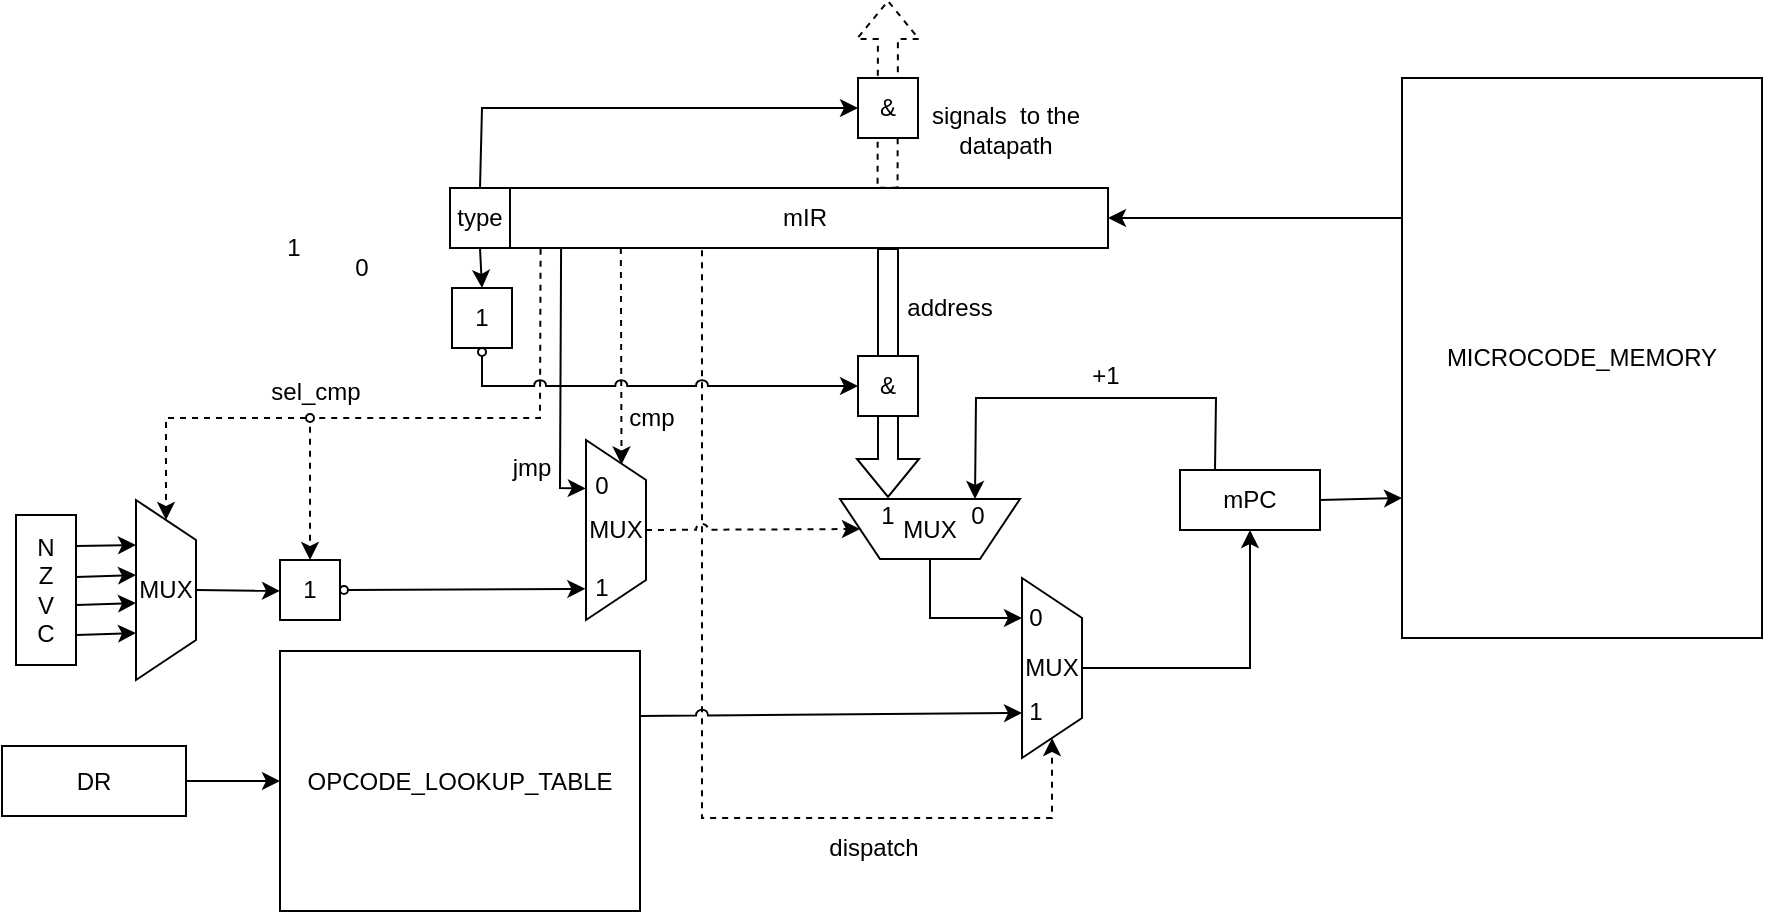
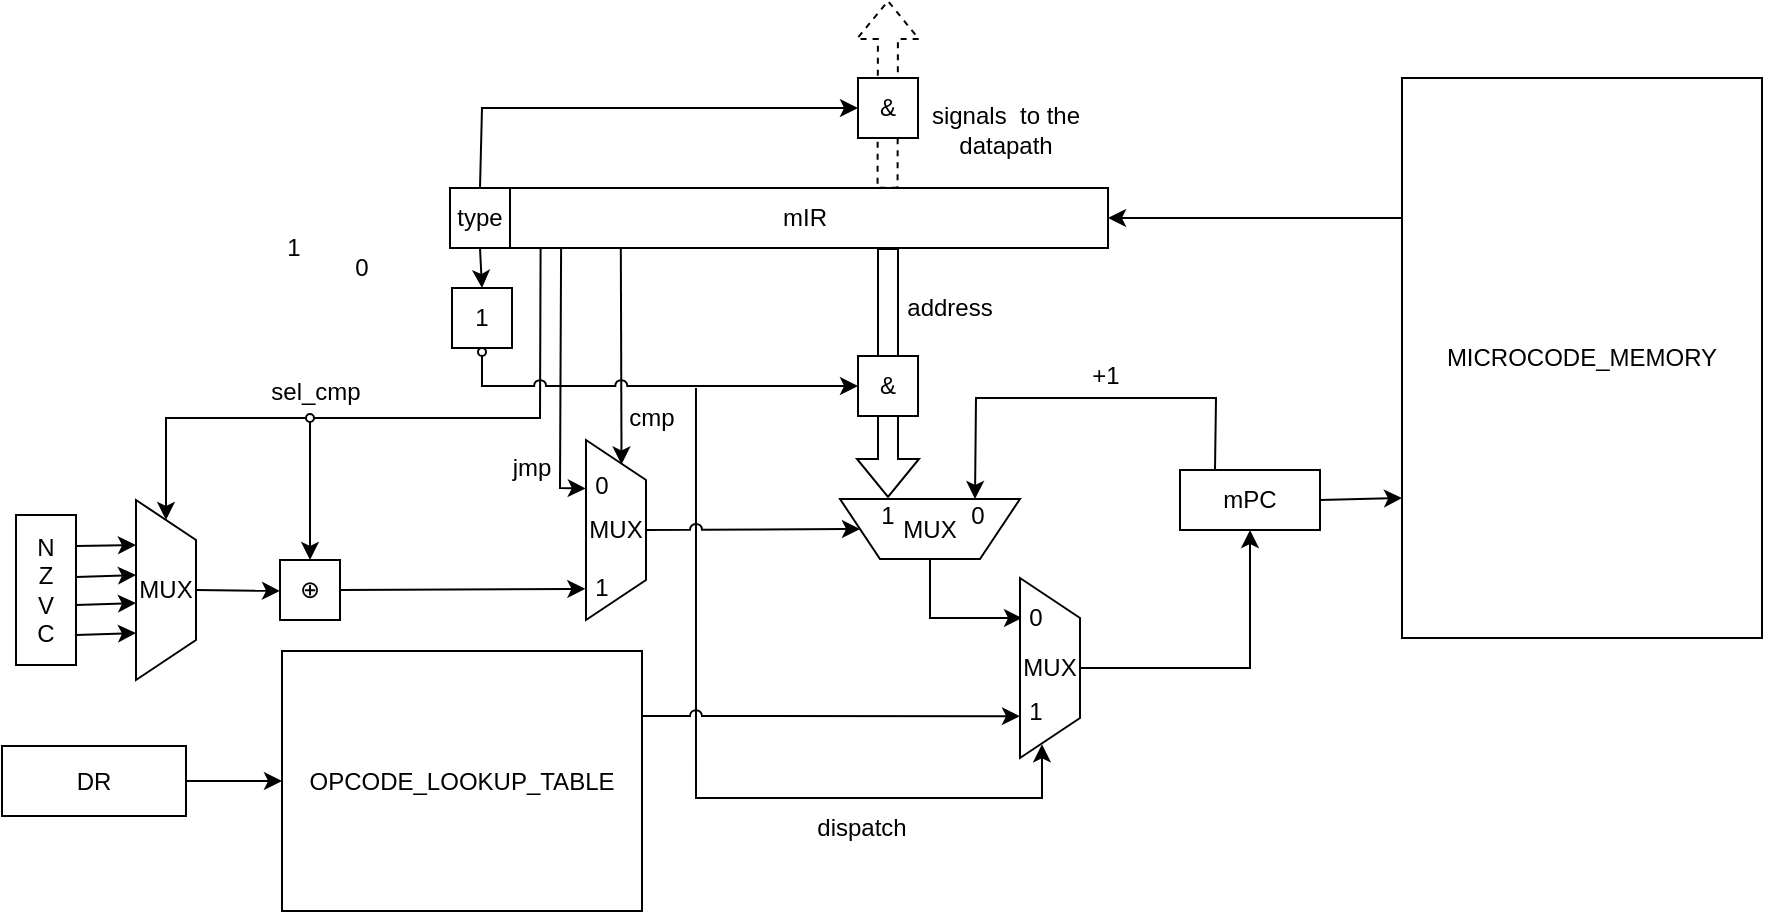
- <mxfile host="app.diagrams.net" agent="Mozilla/5.0 (X11; Linux x86_64) AppleWebKit/537.36 (KHTML, like Gecko) Chrome/136.0.0.0 Safari/537.36">
+ <mxfile host="Electron" agent="Mozilla/5.0 (X11; Linux x86_64) AppleWebKit/537.36 (KHTML, like Gecko) Chrome/136.0.0.0 Safari/537.36">
  <diagram name="Страница — 1" id="IUHHUsOvhiQDS1XtrzDv">
-     <mxGraphModel dx="1911" dy="1907" grid="1" gridSize="10" guides="1" tooltips="1" connect="1" arrows="1" fold="1" page="1" pageScale="1" pageWidth="827" pageHeight="1169" math="0" shadow="0">
+     <mxGraphModel dx="1941" dy="1838" grid="1" gridSize="10" guides="1" tooltips="1" connect="1" arrows="1" fold="1" page="1" pageScale="1" pageWidth="827" pageHeight="1169" math="0" shadow="0">
      <root>
        <mxCell id="0" />
        <mxCell id="1" parent="0" />
-         <mxCell id="UMDEijwKjBP0KrCOsV-c-75" edge="1" parent="1" source="UMDEijwKjBP0KrCOsV-c-3" style="endArrow=classic;html=1;rounded=0;exitX=0.33;exitY=1.036;exitDx=0;exitDy=0;exitPerimeter=0;dashed=1;entryX=1;entryY=0.5;entryDx=0;entryDy=0;" target="UMDEijwKjBP0KrCOsV-c-77" value="">
-           <mxGeometry height="50" relative="1" width="50" as="geometry">
-             <Array as="points">
-               <mxPoint x="150" y="-700" />
-               <mxPoint x="325" y="-700" />
-             </Array>
-             <mxPoint x="100" y="-860" as="sourcePoint" />
-             <mxPoint x="150" y="-790" as="targetPoint" />
-           </mxGeometry>
-         </mxCell>
-         <mxCell id="UMDEijwKjBP0KrCOsV-c-66" edge="1" parent="1" style="endArrow=classic;html=1;rounded=0;exitX=0.091;exitY=1.013;exitDx=0;exitDy=0;exitPerimeter=0;entryX=0.5;entryY=0;entryDx=0;entryDy=0;dashed=1;" target="UMDEijwKjBP0KrCOsV-c-55" value="">
+         <mxCell id="UMDEijwKjBP0KrCOsV-c-75" edge="1" parent="1" style="endArrow=classic;html=1;rounded=0;exitX=0.33;exitY=1.036;exitDx=0;exitDy=0;exitPerimeter=0;entryX=0.649;entryY=1.038;entryDx=0;entryDy=0;entryPerimeter=0;" target="UMDEijwKjBP0KrCOsV-c-89" value="">
+           <mxGeometry height="50" relative="1" width="50" as="geometry">
+             <Array as="points">
+               <mxPoint x="147" y="-710" />
+               <mxPoint x="320" y="-710" />
+             </Array>
+             <mxPoint x="146.98329999999987" y="-915" as="sourcePoint" />
+             <mxPoint x="322.0000000000002" y="-671.08" as="targetPoint" />
+           </mxGeometry>
+         </mxCell>
+         <mxCell id="UMDEijwKjBP0KrCOsV-c-66" edge="1" parent="1" style="endArrow=classic;html=1;rounded=0;exitX=0.091;exitY=1.013;exitDx=0;exitDy=0;exitPerimeter=0;entryX=0.5;entryY=0;entryDx=0;entryDy=0;movable=1;resizable=1;rotatable=1;deletable=1;editable=1;locked=0;connectable=1;" target="UMDEijwKjBP0KrCOsV-c-55" value="">
          <mxGeometry height="50" relative="1" width="50" as="geometry">
            <Array as="points">
              <mxPoint x="69" y="-900" />
              <mxPoint x="-46" y="-900" />
            </Array>
            <mxPoint x="69.29390999999987" y="-984.61" as="sourcePoint" />
            <mxPoint x="119" y="-910" as="targetPoint" />
          </mxGeometry>
        </mxCell>
-         <mxCell id="UMDEijwKjBP0KrCOsV-c-38" edge="1" parent="1" style="endArrow=classic;html=1;rounded=0;exitX=0.105;exitY=0.998;exitDx=0;exitDy=0;exitPerimeter=0;entryX=0.136;entryY=0.408;entryDx=0;entryDy=0;entryPerimeter=0;dashed=1;" target="UMDEijwKjBP0KrCOsV-c-52" value="">
+         <mxCell id="UMDEijwKjBP0KrCOsV-c-38" edge="1" parent="1" style="endArrow=classic;html=1;rounded=0;exitX=0.105;exitY=0.998;exitDx=0;exitDy=0;exitPerimeter=0;entryX=0.136;entryY=0.408;entryDx=0;entryDy=0;entryPerimeter=0;" target="UMDEijwKjBP0KrCOsV-c-52" value="">
          <mxGeometry height="50" relative="1" width="50" as="geometry">
            <mxPoint x="109.41604999999981" y="-985.06" as="sourcePoint" />
            <mxPoint x="109" y="-890" as="targetPoint" />
          </mxGeometry>
        </mxCell>
        <mxCell id="UMDEijwKjBP0KrCOsV-c-1" parent="1" style="whiteSpace=wrap;html=1;" value="mPC" vertex="1">
          <mxGeometry height="30" width="70" x="389" y="-874" as="geometry" />
        </mxCell>
        <mxCell id="UMDEijwKjBP0KrCOsV-c-2" parent="1" style="rounded=0;whiteSpace=wrap;html=1;" value="MICROCODE_MEMORY" vertex="1">
          <mxGeometry height="280" width="180" x="500" y="-1070" as="geometry" />
        </mxCell>
        <mxCell id="UMDEijwKjBP0KrCOsV-c-3" parent="1" style="whiteSpace=wrap;html=1;" value="mIR" vertex="1">
          <mxGeometry height="30" width="303.01" x="50" y="-1015" as="geometry" />
        </mxCell>
        <mxCell id="UMDEijwKjBP0KrCOsV-c-4" edge="1" parent="1" source="UMDEijwKjBP0KrCOsV-c-2" style="endArrow=classic;html=1;rounded=0;exitX=0;exitY=0.25;exitDx=0;exitDy=0;entryX=1;entryY=0.5;entryDx=0;entryDy=0;" target="UMDEijwKjBP0KrCOsV-c-3" value="">
          <mxGeometry height="50" relative="1" width="50" as="geometry">
            <mxPoint x="410" y="-950" as="sourcePoint" />
            <mxPoint x="460" y="-1000" as="targetPoint" />
          </mxGeometry>
        </mxCell>
        <mxCell id="UMDEijwKjBP0KrCOsV-c-5" edge="1" parent="1" source="UMDEijwKjBP0KrCOsV-c-1" style="endArrow=classic;html=1;rounded=0;exitX=1;exitY=0.5;exitDx=0;exitDy=0;entryX=0;entryY=0.75;entryDx=0;entryDy=0;" target="UMDEijwKjBP0KrCOsV-c-2" value="">
          <mxGeometry height="50" relative="1" width="50" as="geometry">
            <mxPoint x="350" y="-840" as="sourcePoint" />
            <mxPoint x="400" y="-890" as="targetPoint" />
          </mxGeometry>
        </mxCell>
        <mxCell id="UMDEijwKjBP0KrCOsV-c-7" edge="1" parent="1" style="shape=flexArrow;endArrow=classic;html=1;rounded=0;exitX=0.842;exitY=0.011;exitDx=0;exitDy=0;dashed=1;exitPerimeter=0;" value="">
          <mxGeometry height="50" relative="1" width="50" as="geometry">
            <mxPoint x="242.7744200000002" y="-1014.6700000000001" as="sourcePoint" />
            <mxPoint x="243" y="-1109" as="targetPoint" />
          </mxGeometry>
        </mxCell>
        <mxCell id="UMDEijwKjBP0KrCOsV-c-8" parent="1" style="text;html=1;whiteSpace=wrap;strokeColor=none;fillColor=none;align=center;verticalAlign=middle;rounded=0;" value="signals&amp;nbsp; to the datapath" vertex="1">
          <mxGeometry height="30" width="106" x="249" y="-1059" as="geometry" />
        </mxCell>
        <mxCell id="UMDEijwKjBP0KrCOsV-c-21" parent="1" style="whiteSpace=wrap;html=1;" value="type" vertex="1">
          <mxGeometry height="30" width="30" x="24" y="-1015" as="geometry" />
        </mxCell>
        <mxCell id="UMDEijwKjBP0KrCOsV-c-22" edge="1" parent="1" source="UMDEijwKjBP0KrCOsV-c-21" style="endArrow=classic;html=1;rounded=0;exitX=0.5;exitY=1;exitDx=0;exitDy=0;entryX=0.5;entryY=0;entryDx=0;entryDy=0;" target="UMDEijwKjBP0KrCOsV-c-28" value="">
          <mxGeometry height="50" relative="1" width="50" as="geometry">
            <mxPoint x="-42" y="-985" as="sourcePoint" />
            <mxPoint x="40" y="-950" as="targetPoint" />
          </mxGeometry>
        </mxCell>
        <mxCell id="UMDEijwKjBP0KrCOsV-c-24" parent="1" style="whiteSpace=wrap;html=1;" value="&amp;amp;" vertex="1">
          <mxGeometry height="30" width="30" x="228" y="-1070" as="geometry" />
        </mxCell>
        <mxCell id="UMDEijwKjBP0KrCOsV-c-25" edge="1" parent="1" source="UMDEijwKjBP0KrCOsV-c-21" style="endArrow=classic;html=1;rounded=0;exitX=0.5;exitY=0;exitDx=0;exitDy=0;entryX=0;entryY=0.5;entryDx=0;entryDy=0;" target="UMDEijwKjBP0KrCOsV-c-24" value="">
          <mxGeometry height="50" relative="1" width="50" as="geometry">
            <Array as="points">
              <mxPoint x="40" y="-1055" />
            </Array>
            <mxPoint x="260" y="-1030" as="sourcePoint" />
            <mxPoint x="260" y="-985" as="targetPoint" />
          </mxGeometry>
        </mxCell>
        <mxCell id="UMDEijwKjBP0KrCOsV-c-30" connectable="0" parent="1" style="group" value="" vertex="1">
          <mxGeometry height="34" width="30" x="25" y="-965" as="geometry" />
        </mxCell>
        <mxCell id="UMDEijwKjBP0KrCOsV-c-28" parent="UMDEijwKjBP0KrCOsV-c-30" style="whiteSpace=wrap;html=1;" value="1" vertex="1">
          <mxGeometry height="30" width="30" as="geometry" />
        </mxCell>
        <mxCell id="UMDEijwKjBP0KrCOsV-c-29" parent="UMDEijwKjBP0KrCOsV-c-30" style="ellipse;whiteSpace=wrap;html=1;aspect=fixed;fillColor=none;" value="" vertex="1">
          <mxGeometry height="4" width="4" x="13" y="30" as="geometry" />
        </mxCell>
        <mxCell id="UMDEijwKjBP0KrCOsV-c-32" parent="1" style="rounded=0;whiteSpace=wrap;html=1;direction=south;" value="N&lt;br&gt;Z&lt;br&gt;V&lt;br&gt;C" vertex="1">
          <mxGeometry height="75" width="30" x="-193" y="-851.5" as="geometry" />
        </mxCell>
        <mxCell id="UMDEijwKjBP0KrCOsV-c-34" edge="1" parent="1" source="UMDEijwKjBP0KrCOsV-c-29" style="endArrow=classic;html=1;rounded=0;entryX=0;entryY=0.5;entryDx=0;entryDy=0;exitX=0.5;exitY=1;exitDx=0;exitDy=0;jumpStyle=arc;" target="UMDEijwKjBP0KrCOsV-c-26" value="">
          <mxGeometry height="50" relative="1" width="50" as="geometry">
            <Array as="points">
              <mxPoint x="40" y="-916" />
            </Array>
            <mxPoint x="250" y="-860" as="sourcePoint" />
            <mxPoint x="300" y="-910" as="targetPoint" />
          </mxGeometry>
        </mxCell>
        <mxCell id="UMDEijwKjBP0KrCOsV-c-35" edge="1" parent="1" style="shape=flexArrow;endArrow=classic;html=1;rounded=0;" value="">
          <mxGeometry height="50" relative="1" width="50" as="geometry">
            <mxPoint x="243" y="-985" as="sourcePoint" />
            <mxPoint x="243" y="-860" as="targetPoint" />
          </mxGeometry>
        </mxCell>
        <mxCell id="UMDEijwKjBP0KrCOsV-c-26" parent="1" style="whiteSpace=wrap;html=1;" value="&amp;amp;" vertex="1">
          <mxGeometry height="30" width="30" x="228.01" y="-931" as="geometry" />
        </mxCell>
        <mxCell id="UMDEijwKjBP0KrCOsV-c-40" parent="1" style="shape=trapezoid;perimeter=trapezoidPerimeter;whiteSpace=wrap;html=1;fixedSize=1;direction=east;rotation=90;horizontal=0;" value="MUX" vertex="1">
          <mxGeometry height="30" width="90" x="-163" y="-829" as="geometry" />
        </mxCell>
        <mxCell id="UMDEijwKjBP0KrCOsV-c-41" edge="1" parent="1" source="UMDEijwKjBP0KrCOsV-c-32" style="endArrow=classic;html=1;rounded=0;exitX=0.207;exitY=-0.001;exitDx=0;exitDy=0;exitPerimeter=0;entryX=0.25;entryY=1;entryDx=0;entryDy=0;" target="UMDEijwKjBP0KrCOsV-c-40" value="">
          <mxGeometry height="50" relative="1" width="50" as="geometry">
            <mxPoint x="-23" y="-701.5" as="sourcePoint" />
            <mxPoint x="27" y="-751.5" as="targetPoint" />
          </mxGeometry>
        </mxCell>
        <mxCell id="UMDEijwKjBP0KrCOsV-c-42" edge="1" parent="1" style="endArrow=classic;html=1;rounded=0;exitX=0.207;exitY=-0.001;exitDx=0;exitDy=0;exitPerimeter=0;entryX=0.25;entryY=1;entryDx=0;entryDy=0;" value="">
          <mxGeometry height="50" relative="1" width="50" as="geometry">
            <mxPoint x="-163" y="-820.5" as="sourcePoint" />
            <mxPoint x="-133" y="-821.5" as="targetPoint" />
          </mxGeometry>
        </mxCell>
        <mxCell id="UMDEijwKjBP0KrCOsV-c-43" edge="1" parent="1" style="endArrow=classic;html=1;rounded=0;exitX=0.207;exitY=-0.001;exitDx=0;exitDy=0;exitPerimeter=0;entryX=0.25;entryY=1;entryDx=0;entryDy=0;" value="">
          <mxGeometry height="50" relative="1" width="50" as="geometry">
            <mxPoint x="-163" y="-806.5" as="sourcePoint" />
            <mxPoint x="-133" y="-807.5" as="targetPoint" />
          </mxGeometry>
        </mxCell>
        <mxCell id="UMDEijwKjBP0KrCOsV-c-44" edge="1" parent="1" style="endArrow=classic;html=1;rounded=0;exitX=0.207;exitY=-0.001;exitDx=0;exitDy=0;exitPerimeter=0;entryX=0.25;entryY=1;entryDx=0;entryDy=0;" value="">
          <mxGeometry height="50" relative="1" width="50" as="geometry">
            <mxPoint x="-163" y="-791.5" as="sourcePoint" />
            <mxPoint x="-133" y="-792.5" as="targetPoint" />
          </mxGeometry>
        </mxCell>
        <mxCell id="UMDEijwKjBP0KrCOsV-c-45" edge="1" parent="1" source="UMDEijwKjBP0KrCOsV-c-40" style="endArrow=classic;html=1;rounded=0;exitX=0.5;exitY=0;exitDx=0;exitDy=0;" value="">
          <mxGeometry height="50" relative="1" width="50" as="geometry">
            <mxPoint x="-41" y="-809.5" as="sourcePoint" />
            <mxPoint x="-61" y="-813.5" as="targetPoint" />
          </mxGeometry>
        </mxCell>
        <mxCell id="UMDEijwKjBP0KrCOsV-c-46" parent="1" style="shape=trapezoid;perimeter=trapezoidPerimeter;whiteSpace=wrap;html=1;fixedSize=1;direction=south;rotation=90;horizontal=0;" value="MUX" vertex="1">
          <mxGeometry height="90" width="30" x="249" y="-889.5" as="geometry" />
        </mxCell>
        <mxCell id="UMDEijwKjBP0KrCOsV-c-48" edge="1" parent="1" source="UMDEijwKjBP0KrCOsV-c-1" style="endArrow=classic;html=1;rounded=0;entryX=0.25;entryY=1;entryDx=0;entryDy=0;exitX=0.25;exitY=0;exitDx=0;exitDy=0;" target="UMDEijwKjBP0KrCOsV-c-46" value="">
          <mxGeometry height="50" relative="1" width="50" as="geometry">
            <Array as="points">
              <mxPoint x="407" y="-910" />
              <mxPoint x="287" y="-910" />
            </Array>
            <mxPoint x="287" y="-900" as="sourcePoint" />
            <mxPoint x="280" y="-900" as="targetPoint" />
          </mxGeometry>
        </mxCell>
        <mxCell id="UMDEijwKjBP0KrCOsV-c-50" parent="1" style="text;html=1;whiteSpace=wrap;strokeColor=none;fillColor=none;align=center;verticalAlign=middle;rounded=0;" value="+1" vertex="1">
          <mxGeometry height="30" width="60" x="322" y="-936" as="geometry" />
        </mxCell>
        <mxCell id="UMDEijwKjBP0KrCOsV-c-51" edge="1" parent="1" source="UMDEijwKjBP0KrCOsV-c-46" style="endArrow=classic;html=1;rounded=0;exitX=0.5;exitY=0;exitDx=0;exitDy=0;" value="">
          <mxGeometry height="50" relative="1" width="50" as="geometry">
            <Array as="points">
              <mxPoint x="264" y="-800" />
            </Array>
            <mxPoint x="280" y="-870" as="sourcePoint" />
            <mxPoint x="310" y="-800" as="targetPoint" />
          </mxGeometry>
        </mxCell>
        <mxCell id="UMDEijwKjBP0KrCOsV-c-52" parent="1" style="shape=trapezoid;perimeter=trapezoidPerimeter;whiteSpace=wrap;html=1;fixedSize=1;direction=east;rotation=90;horizontal=0;" value="MUX" vertex="1">
          <mxGeometry height="30" width="90" x="62" y="-859" as="geometry" />
        </mxCell>
-         <mxCell id="UMDEijwKjBP0KrCOsV-c-57" connectable="0" parent="1" style="group" value="" vertex="1">
-           <mxGeometry height="34" width="34" x="-61" y="-829" as="geometry" />
-         </mxCell>
-         <mxCell id="UMDEijwKjBP0KrCOsV-c-54" connectable="0" parent="UMDEijwKjBP0KrCOsV-c-57" style="group;direction=east;" value="" vertex="1">
-           <mxGeometry height="34" width="30" as="geometry" />
-         </mxCell>
-         <mxCell id="UMDEijwKjBP0KrCOsV-c-55" parent="UMDEijwKjBP0KrCOsV-c-54" style="whiteSpace=wrap;html=1;" value="1" vertex="1">
-           <mxGeometry height="30" width="30" as="geometry" />
-         </mxCell>
-         <mxCell id="UMDEijwKjBP0KrCOsV-c-56" parent="UMDEijwKjBP0KrCOsV-c-57" style="ellipse;whiteSpace=wrap;html=1;aspect=fixed;fillColor=none;" value="" vertex="1">
-           <mxGeometry height="4" width="4" x="30" y="13" as="geometry" />
-         </mxCell>
-         <mxCell id="UMDEijwKjBP0KrCOsV-c-61" edge="1" parent="1" source="UMDEijwKjBP0KrCOsV-c-56" style="endArrow=classic;html=1;rounded=0;exitX=1;exitY=0.5;exitDx=0;exitDy=0;entryX=0.827;entryY=1.011;entryDx=0;entryDy=0;entryPerimeter=0;" target="UMDEijwKjBP0KrCOsV-c-52" value="">
-           <mxGeometry height="50" relative="1" width="50" as="geometry">
-             <mxPoint x="-21" y="-805" as="sourcePoint" />
+         <mxCell id="UMDEijwKjBP0KrCOsV-c-61" edge="1" parent="1" source="UMDEijwKjBP0KrCOsV-c-55" style="endArrow=classic;html=1;rounded=0;exitX=1;exitY=0.5;exitDx=0;exitDy=0;entryX=0.827;entryY=1.011;entryDx=0;entryDy=0;entryPerimeter=0;movable=1;resizable=1;rotatable=1;deletable=1;editable=1;locked=0;connectable=1;" target="UMDEijwKjBP0KrCOsV-c-52" value="">
+           <mxGeometry height="50" relative="1" width="50" as="geometry">
+             <mxPoint x="-26.999999999965667" y="-814" as="sourcePoint" />
            <mxPoint x="75.36999999999989" y="-814.23" as="targetPoint" />
          </mxGeometry>
        </mxCell>
        <mxCell id="UMDEijwKjBP0KrCOsV-c-62" parent="1" style="ellipse;whiteSpace=wrap;html=1;aspect=fixed;fillColor=light-dark(#FFFFFF,#FFFFFF);" value="" vertex="1">
          <mxGeometry height="4" width="4" x="-48" y="-902" as="geometry" />
        </mxCell>
-         <mxCell id="UMDEijwKjBP0KrCOsV-c-64" edge="1" parent="1" source="UMDEijwKjBP0KrCOsV-c-62" style="endArrow=classic;html=1;rounded=0;exitX=0;exitY=0.5;exitDx=0;exitDy=0;entryX=0;entryY=0.5;entryDx=0;entryDy=0;dashed=1;" target="UMDEijwKjBP0KrCOsV-c-40" value="">
+         <mxCell id="UMDEijwKjBP0KrCOsV-c-64" edge="1" parent="1" source="UMDEijwKjBP0KrCOsV-c-62" style="endArrow=classic;html=1;rounded=0;exitX=0;exitY=0.5;exitDx=0;exitDy=0;entryX=0;entryY=0.5;entryDx=0;entryDy=0;" target="UMDEijwKjBP0KrCOsV-c-40" value="">
          <mxGeometry height="50" relative="1" width="50" as="geometry">
            <Array as="points">
              <mxPoint x="-118" y="-900" />
            </Array>
            <mxPoint x="-33" y="-916" as="sourcePoint" />
            <mxPoint x="-93" y="-903" as="targetPoint" />
          </mxGeometry>
        </mxCell>
-         <mxCell id="UMDEijwKjBP0KrCOsV-c-65" edge="1" parent="1" source="UMDEijwKjBP0KrCOsV-c-52" style="endArrow=classic;html=1;rounded=0;entryX=1;entryY=0.5;entryDx=0;entryDy=0;exitX=0.5;exitY=0;exitDx=0;exitDy=0;dashed=1;jumpStyle=arc;" target="UMDEijwKjBP0KrCOsV-c-46" value="">
+         <mxCell id="UMDEijwKjBP0KrCOsV-c-65" edge="1" parent="1" source="UMDEijwKjBP0KrCOsV-c-52" style="endArrow=classic;html=1;rounded=0;entryX=1;entryY=0.5;entryDx=0;entryDy=0;exitX=0.5;exitY=0;exitDx=0;exitDy=0;jumpStyle=arc;" target="UMDEijwKjBP0KrCOsV-c-46" value="">
          <mxGeometry height="50" relative="1" width="50" as="geometry">
            <mxPoint x="120" y="-850" as="sourcePoint" />
            <mxPoint x="170" y="-900" as="targetPoint" />
          </mxGeometry>
        </mxCell>
        <mxCell id="UMDEijwKjBP0KrCOsV-c-69" edge="1" parent="1" style="endArrow=classic;html=1;rounded=0;entryX=0.269;entryY=1.003;entryDx=0;entryDy=0;entryPerimeter=0;exitX=0.137;exitY=1.015;exitDx=0;exitDy=0;exitPerimeter=0;" target="UMDEijwKjBP0KrCOsV-c-52" value="">
          <mxGeometry height="50" relative="1" width="50" as="geometry">
            <Array as="points">
              <mxPoint x="79" y="-865" />
            </Array>
            <mxPoint x="79.55236999999966" y="-984.5500000000001" as="sourcePoint" />
            <mxPoint x="84" y="-864.5" as="targetPoint" />
          </mxGeometry>
        </mxCell>
        <mxCell id="UMDEijwKjBP0KrCOsV-c-71" parent="1" style="text;html=1;whiteSpace=wrap;strokeColor=none;fillColor=none;align=center;verticalAlign=middle;rounded=0;" value="jmp" vertex="1">
          <mxGeometry height="30" width="60" x="35" y="-890" as="geometry" />
        </mxCell>
        <mxCell id="UMDEijwKjBP0KrCOsV-c-72" parent="1" style="text;html=1;whiteSpace=wrap;strokeColor=none;fillColor=none;align=center;verticalAlign=middle;rounded=0;" value="sel_cmp" vertex="1">
          <mxGeometry height="30" width="60" x="-73" y="-928" as="geometry" />
        </mxCell>
        <mxCell id="UMDEijwKjBP0KrCOsV-c-73" parent="1" style="text;html=1;whiteSpace=wrap;strokeColor=none;fillColor=none;align=center;verticalAlign=middle;rounded=0;" value="address" vertex="1">
          <mxGeometry height="30" width="60" x="244" y="-970" as="geometry" />
        </mxCell>
        <mxCell id="UMDEijwKjBP0KrCOsV-c-74" parent="1" style="rounded=0;whiteSpace=wrap;html=1;" value="OPCODE_LOOKUP_TABLE" vertex="1">
-           <mxGeometry height="130" width="180" x="-61" y="-783.5" as="geometry" />
+           <mxGeometry height="130" width="180" x="-60" y="-783.5" as="geometry" />
        </mxCell>
        <mxCell id="UMDEijwKjBP0KrCOsV-c-76" parent="1" style="text;html=1;whiteSpace=wrap;strokeColor=none;fillColor=none;align=center;verticalAlign=middle;rounded=0;" value="&lt;div&gt;dispatch&lt;/div&gt;" vertex="1">
-           <mxGeometry height="30" width="60" x="206.01" y="-700" as="geometry" />
+           <mxGeometry height="30" width="60" x="200" y="-710" as="geometry" />
        </mxCell>
        <mxCell id="UMDEijwKjBP0KrCOsV-c-77" parent="1" style="shape=trapezoid;perimeter=trapezoidPerimeter;whiteSpace=wrap;html=1;fixedSize=1;direction=east;rotation=90;horizontal=0;" value="MUX" vertex="1">
-           <mxGeometry height="30" width="90" x="280.01" y="-790" as="geometry" />
-         </mxCell>
-         <mxCell id="UMDEijwKjBP0KrCOsV-c-78" edge="1" parent="1" source="UMDEijwKjBP0KrCOsV-c-74" style="endArrow=classic;html=1;rounded=0;entryX=0.75;entryY=1;entryDx=0;entryDy=0;exitX=1;exitY=0.25;exitDx=0;exitDy=0;jumpStyle=arc;" target="UMDEijwKjBP0KrCOsV-c-77" value="">
+           <mxGeometry height="30" width="90" x="279" y="-790" as="geometry" />
+         </mxCell>
+         <mxCell id="UMDEijwKjBP0KrCOsV-c-78" edge="1" parent="1" source="UMDEijwKjBP0KrCOsV-c-74" style="endArrow=classic;html=1;rounded=0;exitX=1;exitY=0.25;exitDx=0;exitDy=0;jumpStyle=arc;entryX=0.099;entryY=0.569;entryDx=0;entryDy=0;entryPerimeter=0;" target="UMDEijwKjBP0KrCOsV-c-89" value="">
          <mxGeometry height="50" relative="1" width="50" as="geometry">
            <mxPoint x="120" y="-740" as="sourcePoint" />
-             <mxPoint x="170" y="-790" as="targetPoint" />
+             <mxPoint x="290" y="-751" as="targetPoint" />
          </mxGeometry>
        </mxCell>
        <mxCell id="UMDEijwKjBP0KrCOsV-c-79" edge="1" parent="1" source="UMDEijwKjBP0KrCOsV-c-80" style="endArrow=classic;html=1;rounded=0;entryX=0;entryY=0.5;entryDx=0;entryDy=0;exitX=1;exitY=0.5;exitDx=0;exitDy=0;" target="UMDEijwKjBP0KrCOsV-c-74" value="">
          <mxGeometry height="50" relative="1" width="50" as="geometry">
            <mxPoint x="-200" y="-718" as="sourcePoint" />
            <mxPoint x="10" y="-760" as="targetPoint" />
          </mxGeometry>
        </mxCell>
        <mxCell id="UMDEijwKjBP0KrCOsV-c-80" parent="1" style="rounded=0;whiteSpace=wrap;html=1;" value="DR" vertex="1">
          <mxGeometry height="35" width="92" x="-200" y="-736" as="geometry" />
        </mxCell>
        <mxCell id="UMDEijwKjBP0KrCOsV-c-81" edge="1" parent="1" source="UMDEijwKjBP0KrCOsV-c-77" style="endArrow=classic;html=1;rounded=0;entryX=0.5;entryY=1;entryDx=0;entryDy=0;exitX=0.5;exitY=0;exitDx=0;exitDy=0;" target="UMDEijwKjBP0KrCOsV-c-1" value="">
          <mxGeometry height="50" relative="1" width="50" as="geometry">
            <Array as="points">
              <mxPoint x="424" y="-775" />
            </Array>
            <mxPoint x="310" y="-640" as="sourcePoint" />
            <mxPoint x="360" y="-690" as="targetPoint" />
          </mxGeometry>
        </mxCell>
        <mxCell id="UMDEijwKjBP0KrCOsV-c-82" parent="1" style="text;html=1;whiteSpace=wrap;strokeColor=none;fillColor=none;align=center;verticalAlign=middle;rounded=0;" value="1" vertex="1">
          <mxGeometry height="30" width="20" x="-64" y="-1000" as="geometry" />
        </mxCell>
        <mxCell id="UMDEijwKjBP0KrCOsV-c-83" parent="1" style="text;html=1;whiteSpace=wrap;strokeColor=none;fillColor=none;align=center;verticalAlign=middle;rounded=0;" value="1" vertex="1">
          <mxGeometry height="30" width="20" x="90" y="-830" as="geometry" />
        </mxCell>
        <mxCell id="UMDEijwKjBP0KrCOsV-c-84" parent="1" style="text;html=1;whiteSpace=wrap;strokeColor=none;fillColor=none;align=center;verticalAlign=middle;rounded=0;" value="cmp" vertex="1">
          <mxGeometry height="30" width="60" x="95" y="-915" as="geometry" />
        </mxCell>
        <mxCell id="UMDEijwKjBP0KrCOsV-c-85" parent="1" style="text;html=1;whiteSpace=wrap;strokeColor=none;fillColor=none;align=center;verticalAlign=middle;rounded=0;" value="0" vertex="1">
          <mxGeometry height="30" width="20" x="-30" y="-990" as="geometry" />
        </mxCell>
        <mxCell id="UMDEijwKjBP0KrCOsV-c-86" parent="1" style="text;html=1;whiteSpace=wrap;strokeColor=none;fillColor=none;align=center;verticalAlign=middle;rounded=0;" value="0" vertex="1">
          <mxGeometry height="30" width="20" x="90" y="-881.5" as="geometry" />
        </mxCell>
        <mxCell id="UMDEijwKjBP0KrCOsV-c-87" parent="1" style="text;html=1;whiteSpace=wrap;strokeColor=none;fillColor=none;align=center;verticalAlign=middle;rounded=0;" value="0" vertex="1">
          <mxGeometry height="30" width="20" x="278" y="-866" as="geometry" />
        </mxCell>
        <mxCell id="UMDEijwKjBP0KrCOsV-c-88" parent="1" style="text;html=1;whiteSpace=wrap;strokeColor=none;fillColor=none;align=center;verticalAlign=middle;rounded=0;" value="1" vertex="1">
          <mxGeometry height="30" width="20" x="233.01" y="-866" as="geometry" />
        </mxCell>
        <mxCell id="UMDEijwKjBP0KrCOsV-c-89" parent="1" style="text;html=1;whiteSpace=wrap;strokeColor=none;fillColor=none;align=center;verticalAlign=middle;rounded=0;" value="1" vertex="1">
          <mxGeometry height="30" width="20" x="307.01" y="-768" as="geometry" />
        </mxCell>
        <mxCell id="UMDEijwKjBP0KrCOsV-c-90" parent="1" style="text;html=1;whiteSpace=wrap;strokeColor=none;fillColor=none;align=center;verticalAlign=middle;rounded=0;" value="0" vertex="1">
          <mxGeometry height="30" width="20" x="307" y="-815" as="geometry" />
+         </mxCell>
+         <mxCell id="UMDEijwKjBP0KrCOsV-c-54" connectable="0" parent="1" style="group;direction=east;" value="" vertex="1">
+           <mxGeometry height="34" width="30" x="-61" y="-829" as="geometry" />
+         </mxCell>
+         <mxCell id="UMDEijwKjBP0KrCOsV-c-55" parent="UMDEijwKjBP0KrCOsV-c-54" style="whiteSpace=wrap;html=1;" value="⊕" vertex="1">
+           <mxGeometry height="30" width="30" as="geometry" />
        </mxCell>
      </root>
    </mxGraphModel>
  </diagram>
</mxfile>
